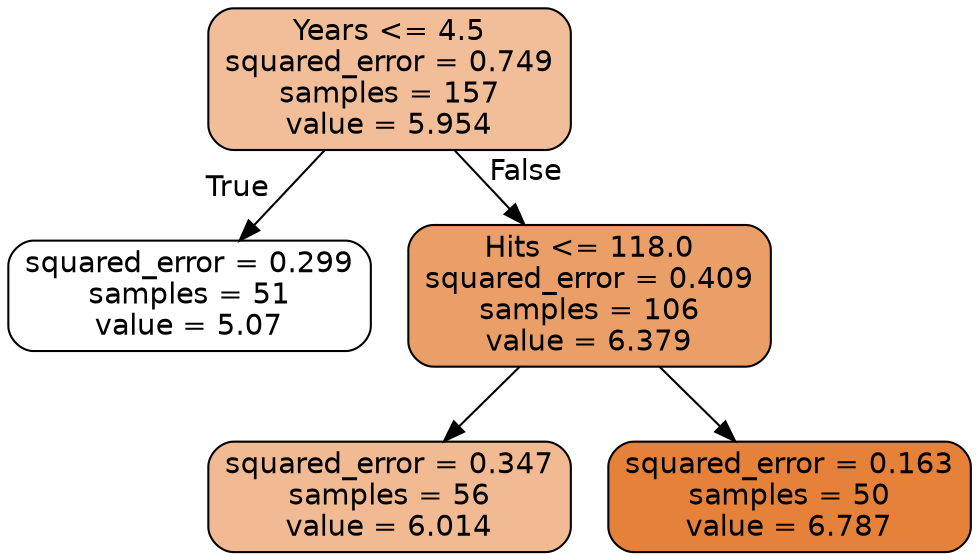
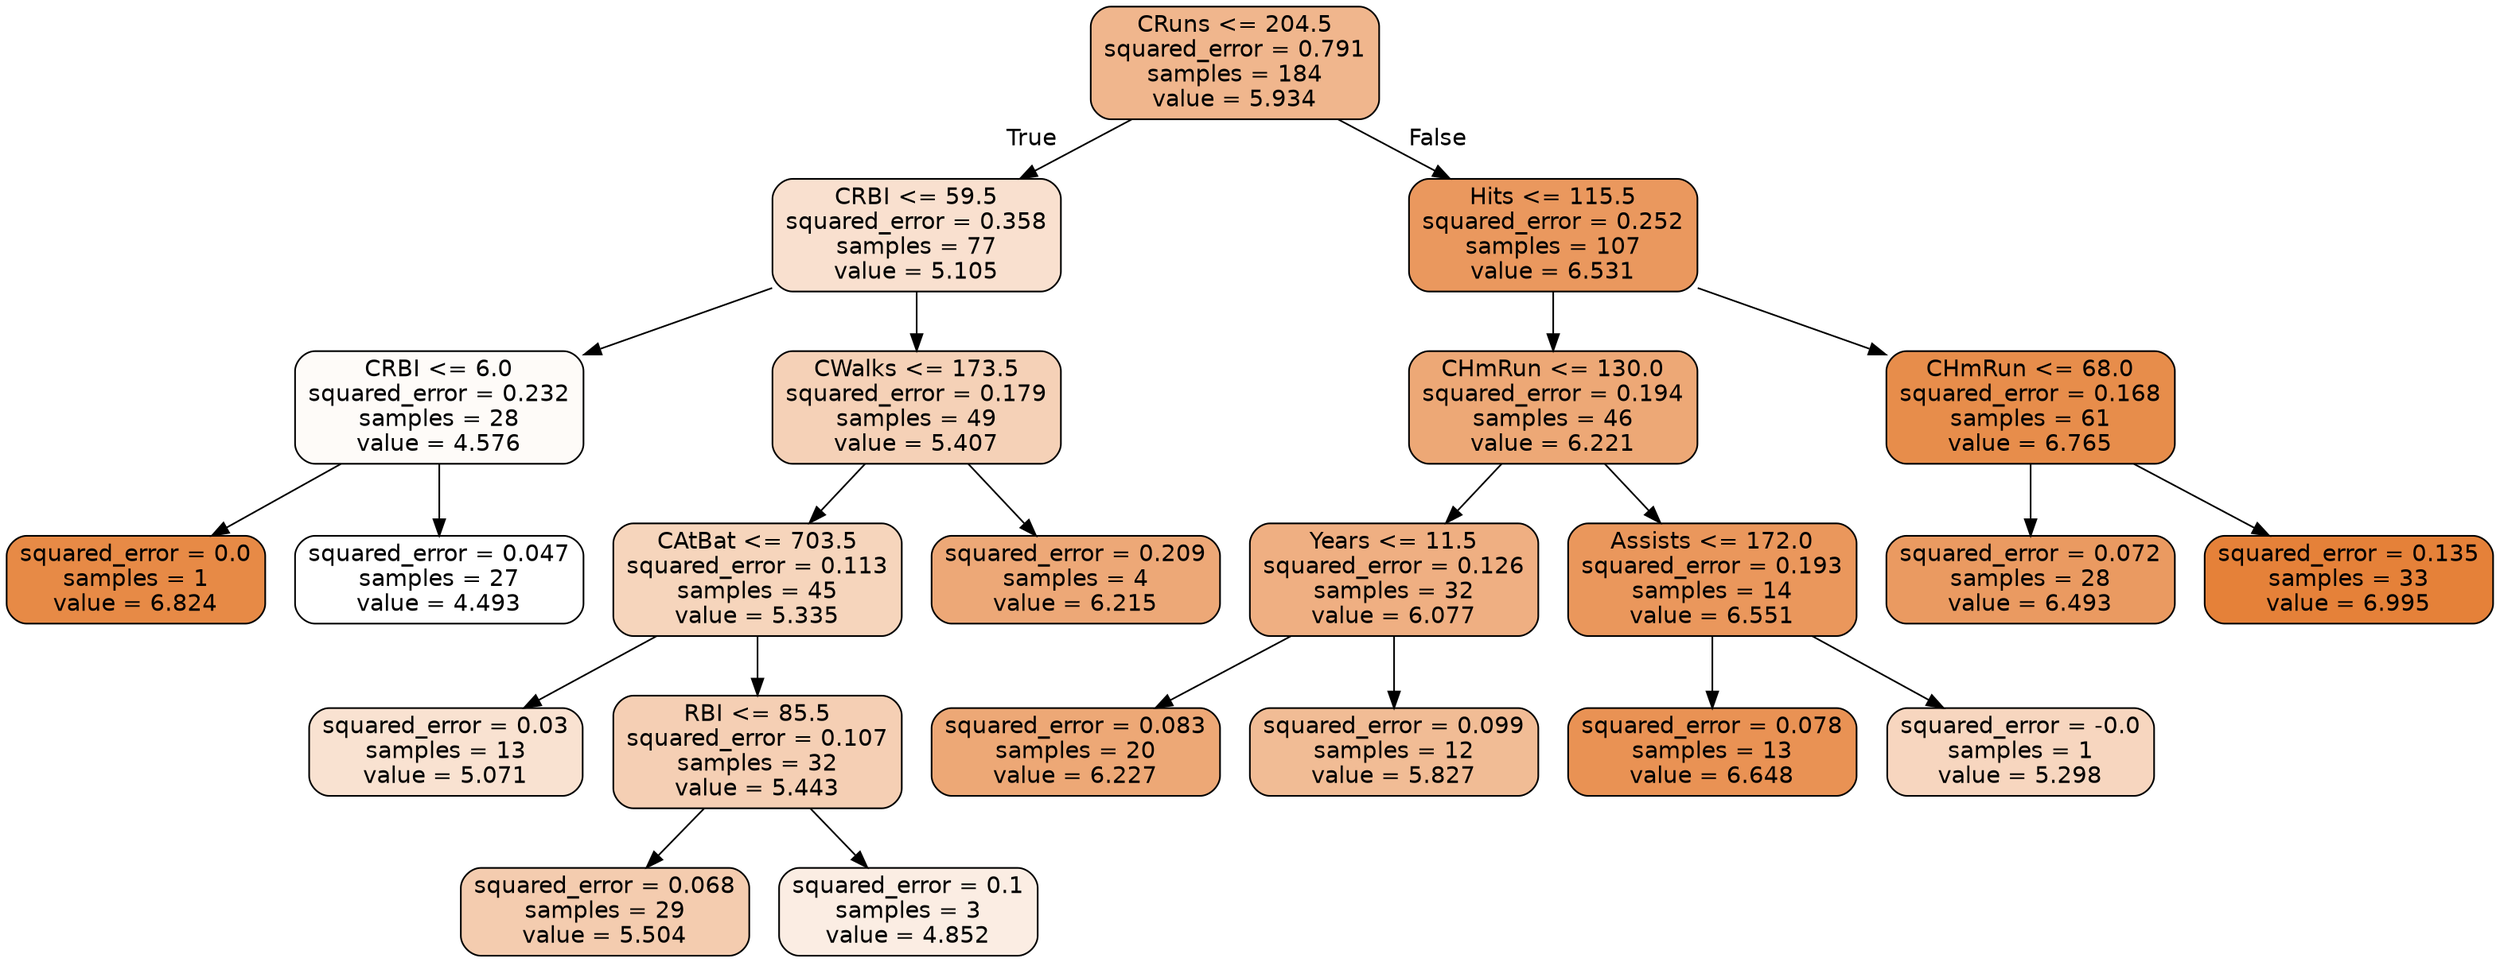
digraph Tree {
node [shape=box, style="filled, rounded", color="black", fontname="helvetica"] ;
edge [fontname="helvetica"] ;
- 0 [label="Years <= 4.5\nsquared_error = 0.749\nsamples = 157\nvalue = 5.954", fillcolor="#f2be99"] ;
- 1 [label="squared_error = 0.299\nsamples = 51\nvalue = 5.07", fillcolor="#ffffff"] ;
+ 0 [label="CRuns <= 204.5\nsquared_error = 0.791\nsamples = 184\nvalue = 5.934", fillcolor="#f0b68d"] ;
+ 1 [label="CRBI <= 59.5\nsquared_error = 0.358\nsamples = 77\nvalue = 5.105", fillcolor="#f9e0cf"] ;
0 -> 1 [labeldistance=2.5, labelangle=45, headlabel="True"] ;
- 2 [label="Hits <= 118.0\nsquared_error = 0.409\nsamples = 106\nvalue = 6.379", fillcolor="#eb9f68"] ;
- 0 -> 2 [labeldistance=2.5, labelangle=-45, headlabel="False"] ;
- 3 [label="squared_error = 0.347\nsamples = 56\nvalue = 6.014", fillcolor="#f1ba92"] ;
+ 2 [label="CRBI <= 6.0\nsquared_error = 0.232\nsamples = 28\nvalue = 4.576", fillcolor="#fefbf8"] ;
+ 1 -> 2 ;
+ 3 [label="squared_error = 0.0\nsamples = 1\nvalue = 6.824", fillcolor="#e78a46"] ;
2 -> 3 ;
- 4 [label="squared_error = 0.163\nsamples = 50\nvalue = 6.787", fillcolor="#e58139"] ;
+ 4 [label="squared_error = 0.047\nsamples = 27\nvalue = 4.493", fillcolor="#ffffff"] ;
2 -> 4 ;
+ 5 [label="CWalks <= 173.5\nsquared_error = 0.179\nsamples = 49\nvalue = 5.407", fillcolor="#f5d1b7"] ;
+ 1 -> 5 ;
+ 6 [label="CAtBat <= 703.5\nsquared_error = 0.113\nsamples = 45\nvalue = 5.335", fillcolor="#f6d5bc"] ;
+ 5 -> 6 ;
+ 7 [label="squared_error = 0.03\nsamples = 13\nvalue = 5.071", fillcolor="#f9e2d1"] ;
+ 6 -> 7 ;
+ 8 [label="RBI <= 85.5\nsquared_error = 0.107\nsamples = 32\nvalue = 5.443", fillcolor="#f5cfb4"] ;
+ 6 -> 8 ;
+ 9 [label="squared_error = 0.068\nsamples = 29\nvalue = 5.504", fillcolor="#f4ccaf"] ;
+ 8 -> 9 ;
+ 10 [label="squared_error = 0.1\nsamples = 3\nvalue = 4.852", fillcolor="#fbede3"] ;
+ 8 -> 10 ;
+ 11 [label="squared_error = 0.209\nsamples = 4\nvalue = 6.215", fillcolor="#eda877"] ;
+ 5 -> 11 ;
+ 12 [label="Hits <= 115.5\nsquared_error = 0.252\nsamples = 107\nvalue = 6.531", fillcolor="#ea985e"] ;
+ 0 -> 12 [labeldistance=2.5, labelangle=-45, headlabel="False"] ;
+ 13 [label="CHmRun <= 130.0\nsquared_error = 0.194\nsamples = 46\nvalue = 6.221", fillcolor="#eda876"] ;
+ 12 -> 13 ;
+ 14 [label="Years <= 11.5\nsquared_error = 0.126\nsamples = 32\nvalue = 6.077", fillcolor="#efaf82"] ;
+ 13 -> 14 ;
+ 15 [label="squared_error = 0.083\nsamples = 20\nvalue = 6.227", fillcolor="#eda876"] ;
+ 14 -> 15 ;
+ 16 [label="squared_error = 0.099\nsamples = 12\nvalue = 5.827", fillcolor="#f1bc95"] ;
+ 14 -> 16 ;
+ 17 [label="Assists <= 172.0\nsquared_error = 0.193\nsamples = 14\nvalue = 6.551", fillcolor="#ea975c"] ;
+ 13 -> 17 ;
+ 18 [label="squared_error = 0.078\nsamples = 13\nvalue = 6.648", fillcolor="#e99254"] ;
+ 17 -> 18 ;
+ 19 [label="squared_error = -0.0\nsamples = 1\nvalue = 5.298", fillcolor="#f7d6bf"] ;
+ 17 -> 19 ;
+ 20 [label="CHmRun <= 68.0\nsquared_error = 0.168\nsamples = 61\nvalue = 6.765", fillcolor="#e78d4b"] ;
+ 12 -> 20 ;
+ 21 [label="squared_error = 0.072\nsamples = 28\nvalue = 6.493", fillcolor="#ea9a61"] ;
+ 20 -> 21 ;
+ 22 [label="squared_error = 0.135\nsamples = 33\nvalue = 6.995", fillcolor="#e58139"] ;
+ 20 -> 22 ;
}